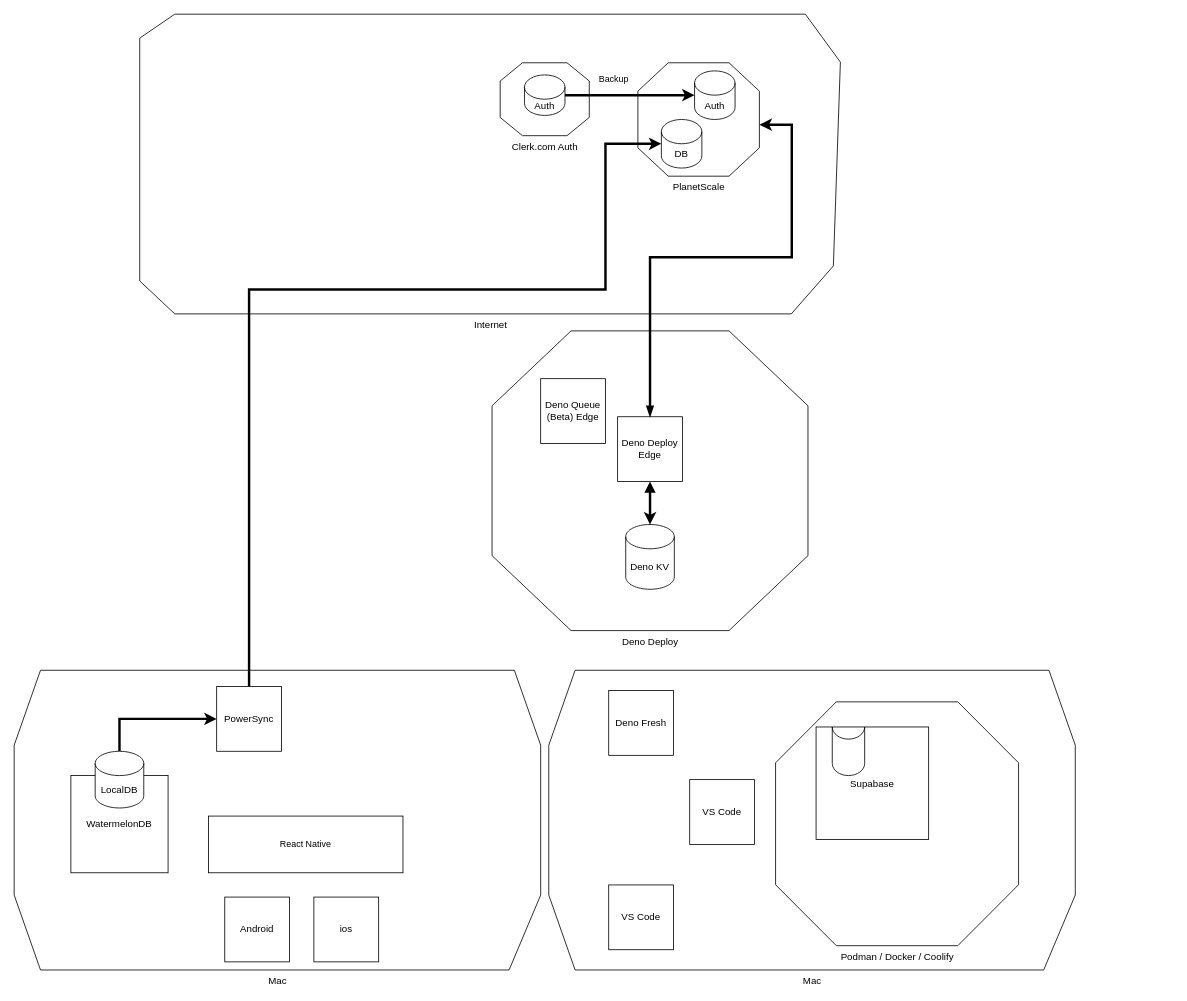
Before: MyCloudDev.drawio in ezrover/macbook-dev-setup, a draw.io diagram. Source tidied: cells renumbered, new cells numbered last; positions are measured from the earlier drawing's top-left corner, leaving out a move shared by most shapes. Both pictures are drawn from the tidied source at 81%, with x=0, y=0 at pixel (14, 14).
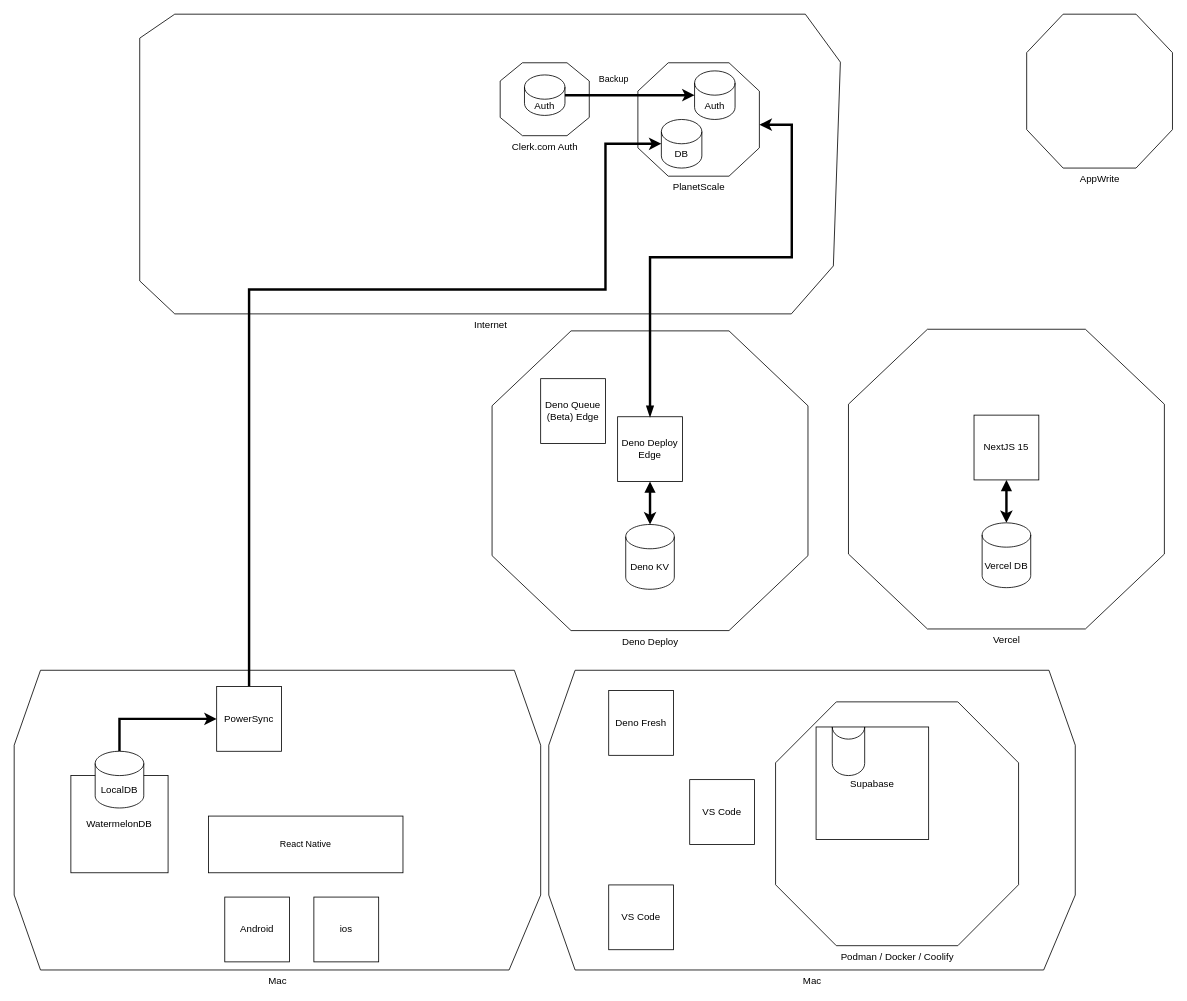
The same page after the edit.

What changed in the source:
```diff
@@
+    <mxCell id="31" value="Vercel" style="verticalLabelPosition=bottom;verticalAlign=top;html=1;shape=mxgraph.basic.polygon;polyCoords=[[0.25,0],[0.75,0],[1,0.25],[1,0.75],[0.75,1],[0.25,1],[0,0.75],[0,0.25]];polyline=0;" parent="1" vertex="1">
+      <mxGeometry x="1030" y="389" width="390" height="370" as="geometry" />
+    </mxCell>
+    <mxCell id="32" value="Vercel DB" style="shape=cylinder3;whiteSpace=wrap;html=1;boundedLbl=1;backgroundOutline=1;size=15;" parent="1" vertex="1">
+      <mxGeometry x="1195" y="628" width="60" height="80" as="geometry" />
+    </mxCell>
+    <mxCell id="33" style="edgeStyle=orthogonalEdgeStyle;rounded=0;jettySize=auto;html=1;exitX=0.5;exitY=1;exitDx=0;exitDy=0;strokeWidth=3;startArrow=block;startFill=1;" parent="1" edge="1" source="34" target="32">
+      <mxGeometry relative="1" as="geometry" />
+    </mxCell>
+    <mxCell id="34" value="NextJS 15" style="whiteSpace=wrap;html=1;" parent="1" vertex="1">
+      <mxGeometry x="1185" y="495" width="80" height="80" as="geometry" />
+    </mxCell>
+    <mxCell id="35" value="AppWrite" style="verticalLabelPosition=bottom;verticalAlign=top;html=1;shape=mxgraph.basic.polygon;polyCoords=[[0.25,0],[0.75,0],[1,0.25],[1,0.75],[0.75,1],[0.25,1],[0,0.75],[0,0.25]];polyline=0;" parent="1" vertex="1">
+      <mxGeometry x="1250" width="180" height="190" as="geometry" />
+    </mxCell>
```
